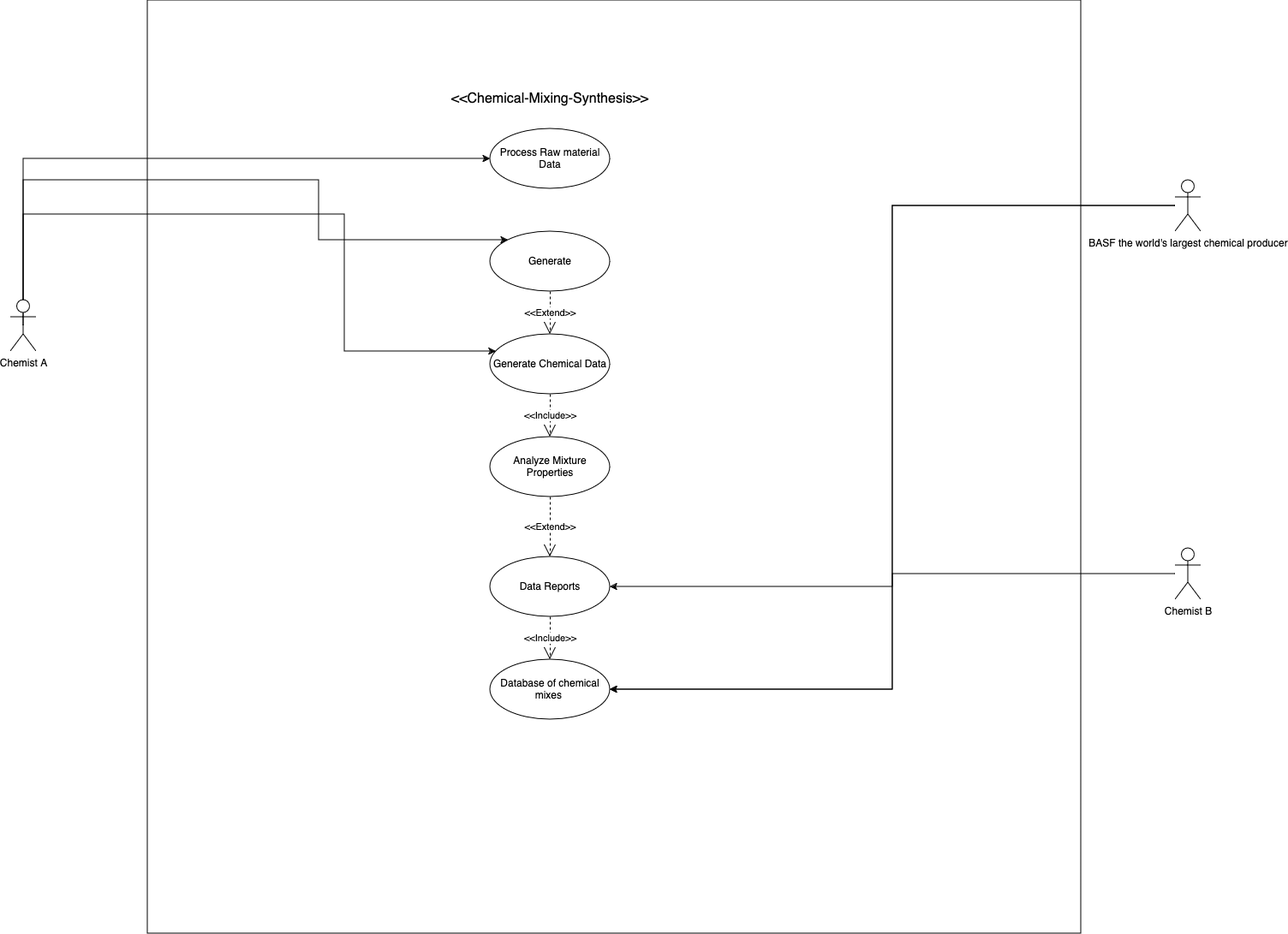
Before: use-case.png, a diagram exported from draw.io (a-l-a-z-a-r/Chemical-Mixing-Data-Synthesis). Source tidied: cells renumbered, new cells last; positions are measured from the earlier drawing's top-left corner, leaving out a move shared by most shapes.
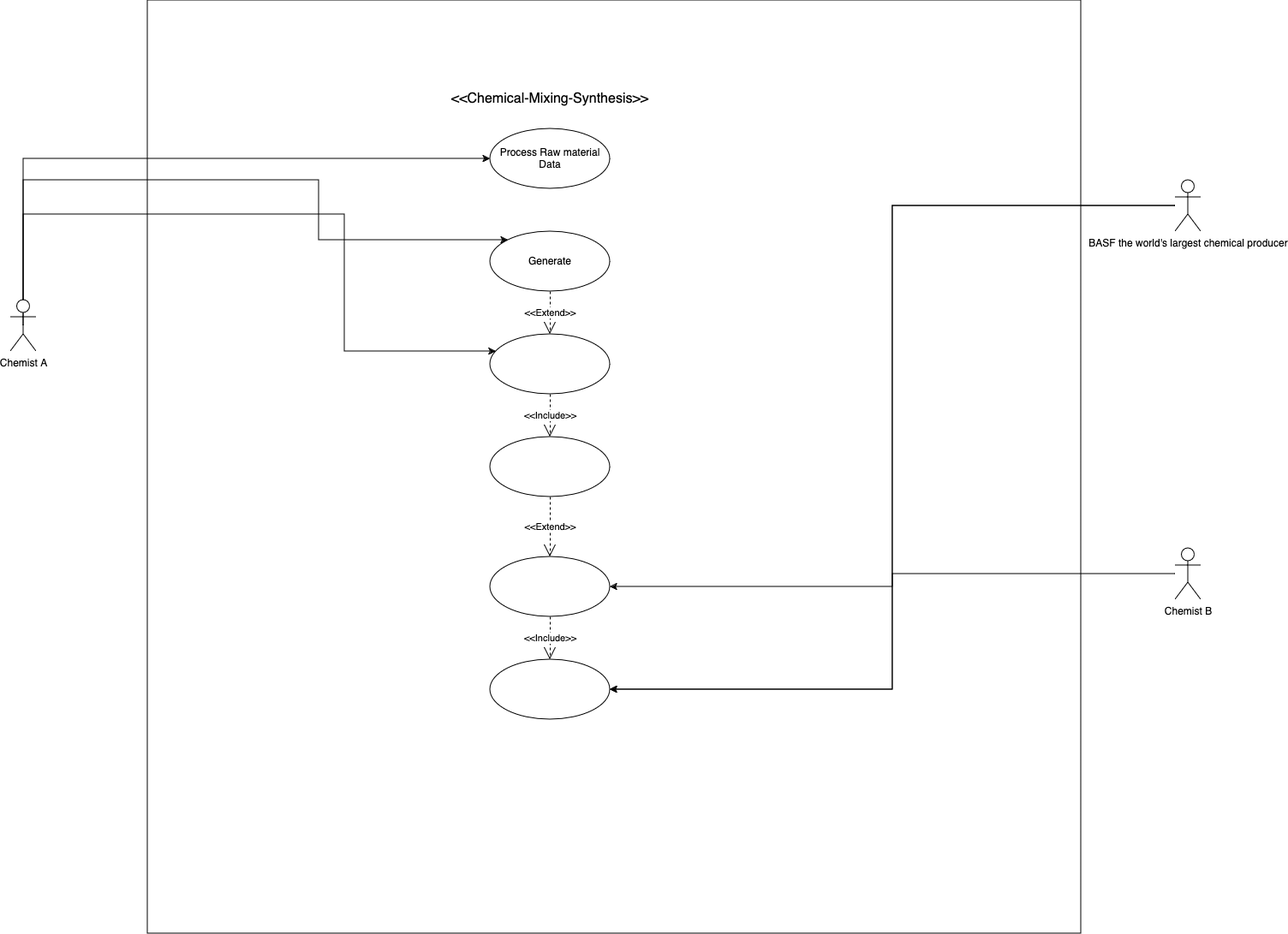
After the commit.

Change to the diagram source:
```diff
@@ -48,13 +48,13 @@
     <mxCell id="11" value="Generate " style="ellipse;whiteSpace=wrap;html=1;labelBackgroundColor=none;" parent="1" vertex="1">
       <mxGeometry x="560" y="270" width="140" height="70" as="geometry" />
     </mxCell>
-    <mxCell id="12" value="Generate Chemical Data" style="ellipse;whiteSpace=wrap;html=1;" parent="1" vertex="1">
+    <mxCell id="12" style="ellipse;whiteSpace=wrap;html=1;" parent="1" vertex="1">
       <mxGeometry x="560" y="390" width="140" height="70" as="geometry" />
     </mxCell>
-    <mxCell id="13" value="Analyze Mixture Properties" style="ellipse;whiteSpace=wrap;html=1;" parent="1" vertex="1">
+    <mxCell id="13" style="ellipse;whiteSpace=wrap;html=1;" parent="1" vertex="1">
       <mxGeometry x="560" y="510" width="140" height="70" as="geometry" />
     </mxCell>
-    <mxCell id="14" value="Data Reports" style="ellipse;whiteSpace=wrap;html=1;" parent="1" vertex="1">
+    <mxCell id="14" style="ellipse;whiteSpace=wrap;html=1;" parent="1" vertex="1">
       <mxGeometry x="560" y="650" width="140" height="70" as="geometry" />
     </mxCell>
     <mxCell id="15" value="&amp;lt;&amp;lt;Chemical-Mixing-Synthesis&amp;gt;&amp;gt;" style="text;strokeColor=none;fillColor=none;html=1;align=center;verticalAlign=middle;whiteSpace=wrap;rounded=0;fontSize=16;" parent="1" vertex="1">
@@ -69,7 +69,7 @@
     <mxCell id="18" value="&amp;lt;&amp;lt;Extend&amp;gt;&amp;gt; " style="endArrow=open;endSize=12;dashed=1;html=1;rounded=0;exitX=0.5;exitY=1;exitDx=0;exitDy=0;entryX=0.5;entryY=0;entryDx=0;entryDy=0;" parent="1" edge="1" source="13" target="14">
       <mxGeometry relative="1" as="geometry" />
     </mxCell>
-    <mxCell id="19" value="Database of chemical mixes&amp;nbsp; " style="ellipse;whiteSpace=wrap;html=1;" parent="1" vertex="1">
+    <mxCell id="19" style="ellipse;whiteSpace=wrap;html=1;" parent="1" vertex="1">
       <mxGeometry x="560" y="770" width="140" height="70" as="geometry" />
     </mxCell>
     <mxCell id="20" style="edgeStyle=orthogonalEdgeStyle;rounded=0;jettySize=auto;html=1;entryX=1;entryY=0.5;entryDx=0;entryDy=0;" parent="1" edge="1" source="21" target="19">
```
